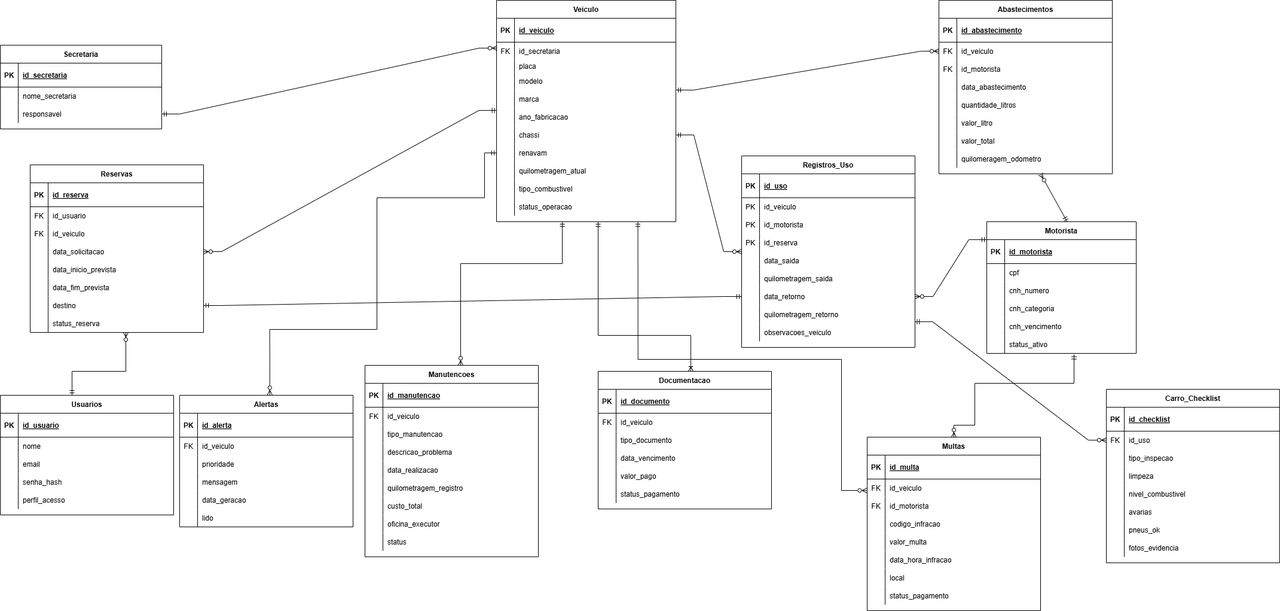
Before: docs/images/ctrlfleet.drawio.png, a diagram exported from draw.io (ICEI-PUC-Minas-PMGES-TI/pmg-es-2026-1-ti2-3740100-ctrlfleet). Source tidied: cells renumbered, new cells last; positions are measured from the earlier drawing's top-left corner, leaving out a move shared by most shapes.
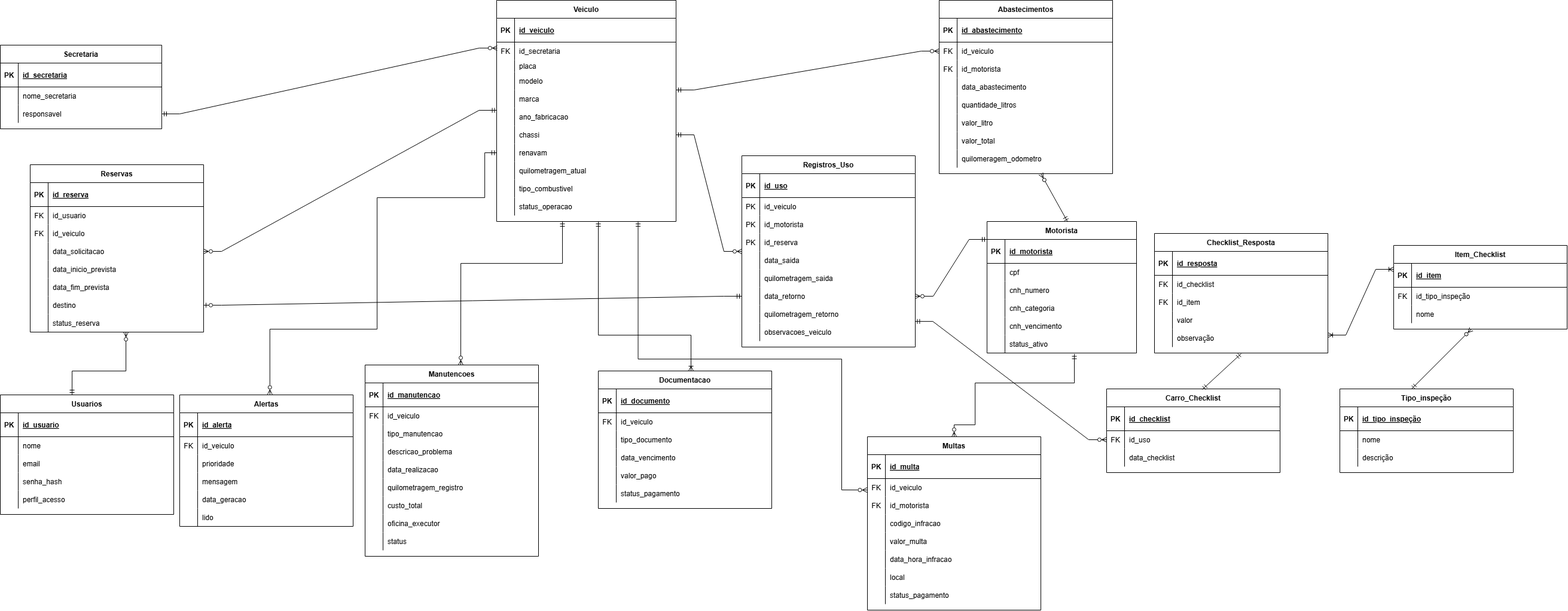
Above is the later version.

Commit message:
docs: improve checklist structure with inspection types and items in data model

The edit, as a diff of the source:
```diff
@@ -690,7 +690,7 @@
       <mxGeometry x="30" width="260" height="30" as="geometry" />
     </mxCell>
     <mxCell id="231" value="Carro_Checklist" style="shape=table;startSize=30;rowLines=0;fontStyle=1;align=center;" parent="1" vertex="1">
-      <mxGeometry x="1850" y="650" width="290" height="290" as="geometry" />
+      <mxGeometry x="1850" y="650" width="290" height="140" as="geometry" />
     </mxCell>
     <mxCell id="232" style="shape=partialRectangle;fillColor=none;top=0;left=0;right=0;bottom=1;" parent="231" vertex="1">
       <mxGeometry y="30" width="290" height="40" as="geometry" />
@@ -716,54 +716,9 @@
     <mxCell id="239" style="shape=partialRectangle;overflow=hidden;fillColor=none;top=0;left=0;bottom=0;right=0;" parent="238" vertex="1">
       <mxGeometry width="30" height="30" as="geometry" />
     </mxCell>
-    <mxCell id="240" value="tipo_inspecao" style="shape=partialRectangle;overflow=hidden;fillColor=none;top=0;left=0;bottom=0;right=0;align=left;spacingLeft=6;" parent="238" vertex="1">
+    <mxCell id="240" value="data_checklist" style="shape=partialRectangle;overflow=hidden;fillColor=none;top=0;left=0;bottom=0;right=0;align=left;spacingLeft=6;" parent="238" vertex="1">
       <mxGeometry x="30" width="260" height="30" as="geometry" />
     </mxCell>
-    <mxCell id="241" style="shape=partialRectangle;fillColor=none;top=0;left=0;right=0;bottom=0;" parent="231" vertex="1">
-      <mxGeometry y="130" width="290" height="30" as="geometry" />
-    </mxCell>
-    <mxCell id="242" style="shape=partialRectangle;overflow=hidden;fillColor=none;top=0;left=0;bottom=0;right=0;" parent="241" vertex="1">
-      <mxGeometry width="30" height="30" as="geometry" />
-    </mxCell>
-    <mxCell id="243" value="limpeza" style="shape=partialRectangle;overflow=hidden;fillColor=none;top=0;left=0;bottom=0;right=0;align=left;spacingLeft=6;" parent="241" vertex="1">
-      <mxGeometry x="30" width="260" height="30" as="geometry" />
-    </mxCell>
-    <mxCell id="244" style="shape=partialRectangle;fillColor=none;points=[[0,0.5],[1,0.5]];portConstraint=eastwest;top=0;left=0;right=0;bottom=0;" parent="231" vertex="1">
-      <mxGeometry y="160" width="290" height="30" as="geometry" />
-    </mxCell>
-    <mxCell id="245" style="shape=partialRectangle;overflow=hidden;fillColor=none;top=0;left=0;bottom=0;right=0;" parent="244" vertex="1">
-      <mxGeometry width="30" height="30" as="geometry" />
-    </mxCell>
-    <mxCell id="246" value="nivel_combustivel" style="shape=partialRectangle;overflow=hidden;fillColor=none;top=0;left=0;bottom=0;right=0;align=left;spacingLeft=6;" parent="244" vertex="1">
-      <mxGeometry x="30" width="260" height="30" as="geometry" />
-    </mxCell>
-    <mxCell id="247" style="shape=partialRectangle;fillColor=none;top=0;left=0;right=0;bottom=0;" parent="231" vertex="1">
-      <mxGeometry y="190" width="290" height="30" as="geometry" />
-    </mxCell>
-    <mxCell id="248" style="shape=partialRectangle;overflow=hidden;fillColor=none;top=0;left=0;bottom=0;right=0;" parent="247" vertex="1">
-      <mxGeometry width="30" height="30" as="geometry" />
-    </mxCell>
-    <mxCell id="249" value="avarias" style="shape=partialRectangle;overflow=hidden;fillColor=none;top=0;left=0;bottom=0;right=0;align=left;spacingLeft=6;" parent="247" vertex="1">
-      <mxGeometry x="30" width="260" height="30" as="geometry" />
-    </mxCell>
-    <mxCell id="250" style="shape=partialRectangle;fillColor=none;top=0;left=0;right=0;bottom=0;" parent="231" vertex="1">
-      <mxGeometry y="220" width="290" height="30" as="geometry" />
-    </mxCell>
-    <mxCell id="251" style="shape=partialRectangle;overflow=hidden;fillColor=none;top=0;left=0;bottom=0;right=0;" parent="250" vertex="1">
-      <mxGeometry width="30" height="30" as="geometry" />
-    </mxCell>
-    <mxCell id="252" value="pneus_ok" style="shape=partialRectangle;overflow=hidden;fillColor=none;top=0;left=0;bottom=0;right=0;align=left;spacingLeft=6;" parent="250" vertex="1">
-      <mxGeometry x="30" width="260" height="30" as="geometry" />
-    </mxCell>
-    <mxCell id="253" style="shape=partialRectangle;fillColor=none;top=0;left=0;right=0;bottom=0;" parent="231" vertex="1">
-      <mxGeometry y="250" width="290" height="30" as="geometry" />
-    </mxCell>
-    <mxCell id="254" style="shape=partialRectangle;overflow=hidden;fillColor=none;top=0;left=0;bottom=0;right=0;" parent="253" vertex="1">
-      <mxGeometry width="30" height="30" as="geometry" />
-    </mxCell>
-    <mxCell id="255" value="fotos_evidencia" style="shape=partialRectangle;overflow=hidden;fillColor=none;top=0;left=0;bottom=0;right=0;align=left;spacingLeft=6;" parent="253" vertex="1">
-      <mxGeometry x="30" width="260" height="30" as="geometry" />
-    </mxCell>
     <mxCell id="256" value="Alertas" style="shape=table;startSize=30;rowLines=0;fontStyle=1;align=center;" parent="1" vertex="1">
       <mxGeometry x="300" y="660" width="290" height="220" as="geometry" />
     </mxCell>
@@ -861,7 +816,7 @@
         </Array>
       </mxGeometry>
     </mxCell>
-    <mxCell id="281" style="edgeStyle=entityRelationEdgeStyle;fontSize=12;html=1;endArrow=ERmandOne;startArrow=ERmandOne;rounded=0;exitX=1;exitY=0.5;exitDx=0;exitDy=0;entryX=0;entryY=0.5;entryDx=0;entryDy=0;" parent="1" edge="1" source="84" target="109">
+    <mxCell id="281" style="edgeStyle=entityRelationEdgeStyle;fontSize=12;html=1;endArrow=ERmandOne;startArrow=ERzeroToOne;rounded=0;exitX=1;exitY=0.5;exitDx=0;exitDy=0;entryX=0;entryY=0.5;entryDx=0;entryDy=0;startFill=0;" parent="1" edge="1" source="84" target="109">
       <mxGeometry relative="1" as="geometry" />
     </mxCell>
     <mxCell id="282" style="edgeStyle=orthogonalEdgeStyle;fontSize=12;html=1;endArrow=ERzeroToMany;startArrow=ERmandOne;rounded=0;endFill=0;entryX=-0.002;entryY=0.638;entryDx=0;entryDy=0;entryPerimeter=0;" parent="1" edge="1" target="210">
@@ -920,5 +875,130 @@
         </Array>
       </mxGeometry>
     </mxCell>
+    <mxCell id="290" value="Tipo_inspeção" style="shape=table;startSize=30;rowLines=0;fontStyle=1;align=center;" parent="1" vertex="1">
+      <mxGeometry x="2240" y="650" width="290" height="140" as="geometry" />
+    </mxCell>
+    <mxCell id="291" style="shape=partialRectangle;fillColor=none;top=0;left=0;right=0;bottom=1;" parent="290" vertex="1">
+      <mxGeometry y="30" width="290" height="40" as="geometry" />
+    </mxCell>
+    <mxCell id="292" value="PK" style="shape=partialRectangle;overflow=hidden;fillColor=none;top=0;left=0;bottom=0;right=0;fontStyle=1;" parent="291" vertex="1">
+      <mxGeometry width="30" height="40" as="geometry" />
+    </mxCell>
+    <mxCell id="293" value="id_tipo_inspeção" style="shape=partialRectangle;overflow=hidden;fillColor=none;top=0;left=0;bottom=0;right=0;align=left;spacingLeft=6;fontStyle=5;" parent="291" vertex="1">
+      <mxGeometry x="30" width="260" height="40" as="geometry" />
+    </mxCell>
+    <mxCell id="294" style="shape=partialRectangle;fillColor=none;top=0;left=0;right=0;bottom=0;" parent="290" vertex="1">
+      <mxGeometry y="70" width="290" height="30" as="geometry" />
+    </mxCell>
+    <mxCell id="295" style="shape=partialRectangle;overflow=hidden;fillColor=none;top=0;left=0;bottom=0;right=0;" parent="294" vertex="1">
+      <mxGeometry width="30" height="30" as="geometry" />
+    </mxCell>
+    <mxCell id="296" value="nome" style="shape=partialRectangle;overflow=hidden;fillColor=none;top=0;left=0;bottom=0;right=0;align=left;spacingLeft=6;" parent="294" vertex="1">
+      <mxGeometry x="30" width="260" height="30" as="geometry" />
+    </mxCell>
+    <mxCell id="297" style="shape=partialRectangle;fillColor=none;top=0;left=0;right=0;bottom=0;" parent="290" vertex="1">
+      <mxGeometry y="100" width="290" height="30" as="geometry" />
+    </mxCell>
+    <mxCell id="298" style="shape=partialRectangle;overflow=hidden;fillColor=none;top=0;left=0;bottom=0;right=0;" parent="297" vertex="1">
+      <mxGeometry width="30" height="30" as="geometry" />
+    </mxCell>
+    <mxCell id="299" value="descrição" style="shape=partialRectangle;overflow=hidden;fillColor=none;top=0;left=0;bottom=0;right=0;align=left;spacingLeft=6;" parent="297" vertex="1">
+      <mxGeometry x="30" width="260" height="30" as="geometry" />
+    </mxCell>
+    <mxCell id="300" value="Item_Checklist" style="shape=table;startSize=30;rowLines=0;fontStyle=1;align=center;" parent="1" vertex="1">
+      <mxGeometry x="2330" y="410" width="290" height="140" as="geometry" />
+    </mxCell>
+    <mxCell id="301" style="shape=partialRectangle;fillColor=none;top=0;left=0;right=0;bottom=1;" parent="300" vertex="1">
+      <mxGeometry y="30" width="290" height="40" as="geometry" />
+    </mxCell>
+    <mxCell id="302" value="PK" style="shape=partialRectangle;overflow=hidden;fillColor=none;top=0;left=0;bottom=0;right=0;fontStyle=1;" parent="301" vertex="1">
+      <mxGeometry width="30" height="40" as="geometry" />
+    </mxCell>
+    <mxCell id="303" value="id_item" style="shape=partialRectangle;overflow=hidden;fillColor=none;top=0;left=0;bottom=0;right=0;align=left;spacingLeft=6;fontStyle=5;" parent="301" vertex="1">
+      <mxGeometry x="30" width="260" height="40" as="geometry" />
+    </mxCell>
+    <mxCell id="304" style="shape=partialRectangle;fillColor=none;top=0;left=0;right=0;bottom=0;" parent="300" vertex="1">
+      <mxGeometry y="70" width="290" height="30" as="geometry" />
+    </mxCell>
+    <mxCell id="305" value="FK" style="shape=partialRectangle;overflow=hidden;fillColor=none;top=0;left=0;bottom=0;right=0;" parent="304" vertex="1">
+      <mxGeometry width="30" height="30" as="geometry" />
+    </mxCell>
+    <mxCell id="306" value="id_tipo_inspeção" style="shape=partialRectangle;overflow=hidden;fillColor=none;top=0;left=0;bottom=0;right=0;align=left;spacingLeft=6;" parent="304" vertex="1">
+      <mxGeometry x="30" width="260" height="30" as="geometry" />
+    </mxCell>
+    <mxCell id="307" style="shape=partialRectangle;fillColor=none;top=0;left=0;right=0;bottom=0;" parent="300" vertex="1">
+      <mxGeometry y="100" width="290" height="30" as="geometry" />
+    </mxCell>
+    <mxCell id="308" style="shape=partialRectangle;overflow=hidden;fillColor=none;top=0;left=0;bottom=0;right=0;" parent="307" vertex="1">
+      <mxGeometry width="30" height="30" as="geometry" />
+    </mxCell>
+    <mxCell id="309" value="nome" style="shape=partialRectangle;overflow=hidden;fillColor=none;top=0;left=0;bottom=0;right=0;align=left;spacingLeft=6;" parent="307" vertex="1">
+      <mxGeometry x="30" width="260" height="30" as="geometry" />
+    </mxCell>
+    <mxCell id="310" value="Checklist_Resposta" style="shape=table;startSize=30;rowLines=0;fontStyle=1;align=center;" parent="1" vertex="1">
+      <mxGeometry x="1930" y="390" width="290" height="200" as="geometry" />
+    </mxCell>
+    <mxCell id="311" style="shape=partialRectangle;fillColor=none;top=0;left=0;right=0;bottom=1;" parent="310" vertex="1">
+      <mxGeometry y="30" width="290" height="40" as="geometry" />
+    </mxCell>
+    <mxCell id="312" value="PK" style="shape=partialRectangle;overflow=hidden;fillColor=none;top=0;left=0;bottom=0;right=0;fontStyle=1;" parent="311" vertex="1">
+      <mxGeometry width="30" height="40" as="geometry" />
+    </mxCell>
+    <mxCell id="313" value="id_resposta" style="shape=partialRectangle;overflow=hidden;fillColor=none;top=0;left=0;bottom=0;right=0;align=left;spacingLeft=6;fontStyle=5;" parent="311" vertex="1">
+      <mxGeometry x="30" width="260" height="40" as="geometry" />
+    </mxCell>
+    <mxCell id="314" style="shape=partialRectangle;fillColor=none;top=0;left=0;right=0;bottom=0;" parent="310" vertex="1">
+      <mxGeometry y="70" width="290" height="30" as="geometry" />
+    </mxCell>
+    <mxCell id="315" value="FK" style="shape=partialRectangle;overflow=hidden;fillColor=none;top=0;left=0;bottom=0;right=0;" parent="314" vertex="1">
+      <mxGeometry width="30" height="30" as="geometry" />
+    </mxCell>
+    <mxCell id="316" value="id_checklist" style="shape=partialRectangle;overflow=hidden;fillColor=none;top=0;left=0;bottom=0;right=0;align=left;spacingLeft=6;" parent="314" vertex="1">
+      <mxGeometry x="30" width="260" height="30" as="geometry" />
+    </mxCell>
+    <mxCell id="317" style="shape=partialRectangle;fillColor=none;top=0;left=0;right=0;bottom=0;" parent="310" vertex="1">
+      <mxGeometry y="100" width="290" height="30" as="geometry" />
+    </mxCell>
+    <mxCell id="318" value="FK" style="shape=partialRectangle;overflow=hidden;fillColor=none;top=0;left=0;bottom=0;right=0;" parent="317" vertex="1">
+      <mxGeometry width="30" height="30" as="geometry" />
+    </mxCell>
+    <mxCell id="319" value="id_item" style="shape=partialRectangle;overflow=hidden;fillColor=none;top=0;left=0;bottom=0;right=0;align=left;spacingLeft=6;" parent="317" vertex="1">
+      <mxGeometry x="30" width="260" height="30" as="geometry" />
+    </mxCell>
+    <mxCell id="241" style="shape=partialRectangle;fillColor=none;top=0;left=0;right=0;bottom=0;" parent="310" vertex="1">
+      <mxGeometry y="130" width="290" height="30" as="geometry" />
+    </mxCell>
+    <mxCell id="320" style="shape=partialRectangle;overflow=hidden;fillColor=none;top=0;left=0;bottom=0;right=0;" parent="241" vertex="1">
+      <mxGeometry width="30" height="30" as="geometry" />
+    </mxCell>
+    <mxCell id="321" value="valor" style="shape=partialRectangle;overflow=hidden;fillColor=none;top=0;left=0;bottom=0;right=0;align=left;spacingLeft=6;" parent="241" vertex="1">
+      <mxGeometry x="30" width="260" height="30" as="geometry" />
+    </mxCell>
+    <mxCell id="244" style="shape=partialRectangle;fillColor=none;points=[[0,0.5],[1,0.5]];portConstraint=eastwest;top=0;left=0;right=0;bottom=0;" parent="310" vertex="1">
+      <mxGeometry y="160" width="290" height="30" as="geometry" />
+    </mxCell>
+    <mxCell id="322" style="shape=partialRectangle;overflow=hidden;fillColor=none;top=0;left=0;bottom=0;right=0;" parent="244" vertex="1">
+      <mxGeometry width="30" height="30" as="geometry" />
+    </mxCell>
+    <mxCell id="323" value="observação" style="shape=partialRectangle;overflow=hidden;fillColor=none;top=0;left=0;bottom=0;right=0;align=left;spacingLeft=6;" parent="244" vertex="1">
+      <mxGeometry x="30" width="260" height="30" as="geometry" />
+    </mxCell>
+    <mxCell id="324" style="fontSize=12;html=1;endArrow=ERzeroToMany;startArrow=ERmandOne;rounded=0;endFill=0;" parent="1" edge="1">
+      <mxGeometry relative="1" as="geometry">
+        <mxPoint x="2360" y="650" as="sourcePoint" />
+        <mxPoint x="2460" y="550" as="targetPoint" />
+      </mxGeometry>
+    </mxCell>
+    <mxCell id="325" style="fontSize=12;html=1;endArrow=ERmandOne;startArrow=ERmandOne;rounded=0;entryX=0.5;entryY=1;entryDx=0;entryDy=0;endFill=0;" parent="1" edge="1">
+      <mxGeometry relative="1" as="geometry">
+        <mxPoint x="2010" y="651" as="sourcePoint" />
+        <mxPoint x="2075" y="591" as="targetPoint" />
+      </mxGeometry>
+    </mxCell>
+    <mxCell id="326" style="edgeStyle=entityRelationEdgeStyle;fontSize=12;html=1;endArrow=ERoneToMany;startArrow=ERoneToMany;rounded=0;exitX=1;exitY=0.333;exitDx=0;exitDy=0;exitPerimeter=0;" parent="1" edge="1" source="244">
+      <mxGeometry relative="1" as="geometry">
+        <mxPoint x="2330" y="450" as="targetPoint" />
+      </mxGeometry>
+    </mxCell>
   </root>
 </mxGraphModel>
```
